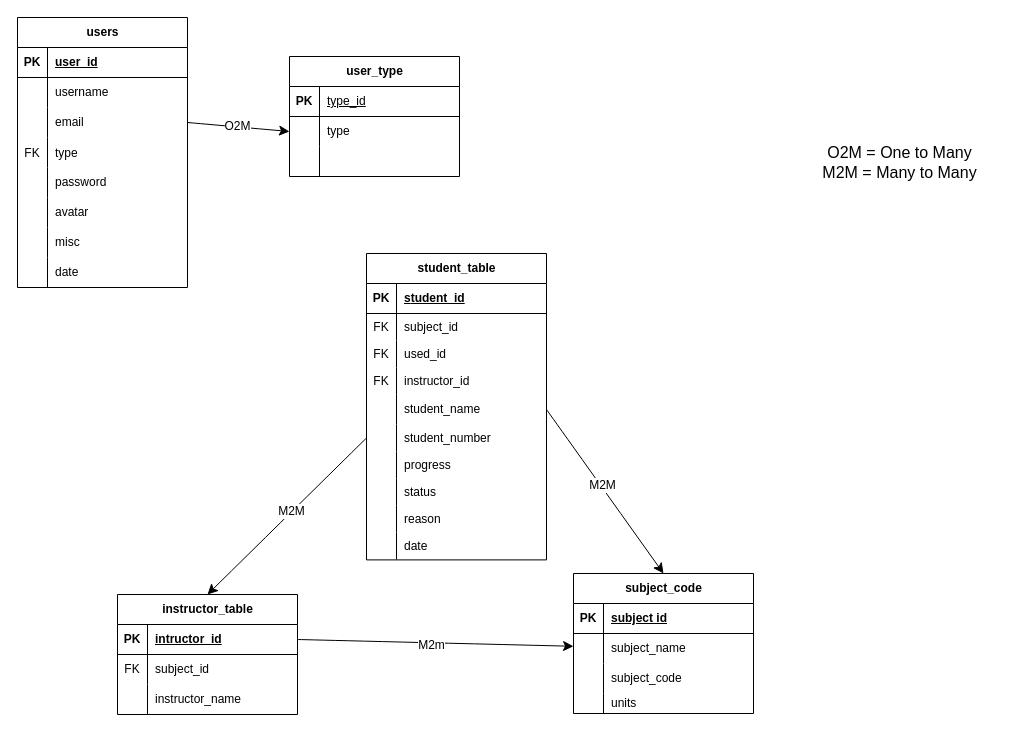
The draw.io diagram page "Page-2" (2 of 2) of misc/UBEERD.drawio in ItsAtomTech/UBE-Web-System, before the edit. Source tidied: cells renumbered, new cells numbered last; positions are measured from the earlier drawing's top-left corner, leaving out a move shared by most shapes. Both pictures are drawn from the tidied source at 100%, with x=0, y=0 at pixel (17, 17).
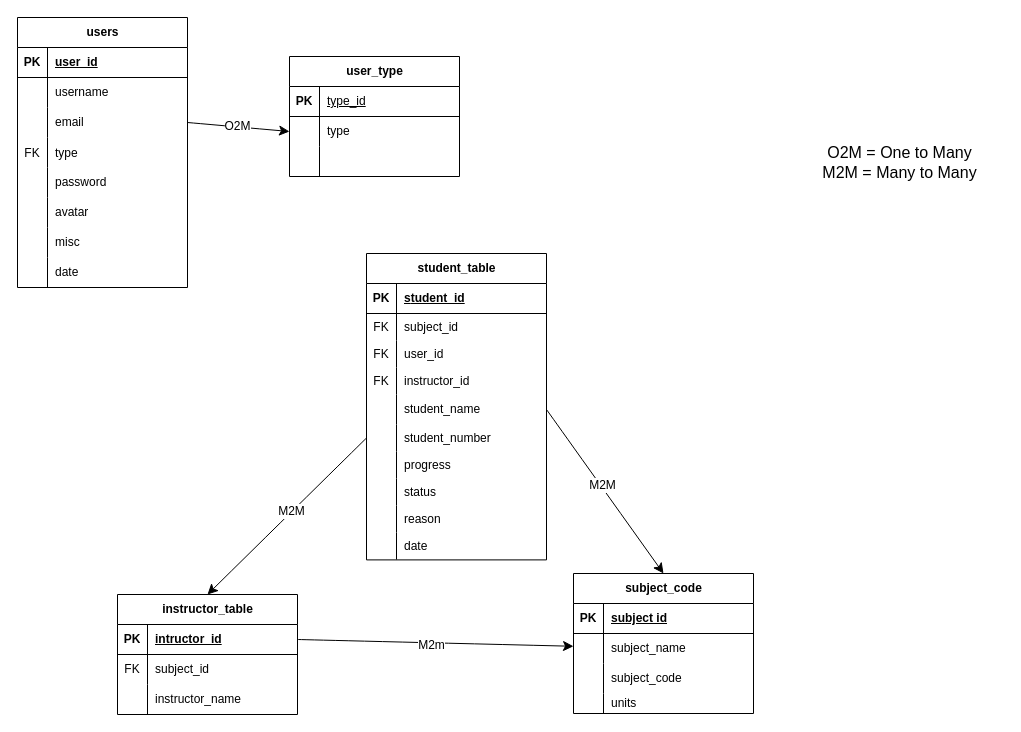
Above is the later version.

The change refers to these unchanged cells:
```xml
<mxCell id="32" style="shape=tableRow;horizontal=0;startSize=0;swimlaneHead=0;swimlaneBody=0;fillColor=none;top=0;left=0;right=0;bottom=0;" parent="25" vertex="1">
  <mxGeometry y="87" width="180" height="27" as="geometry" />
</mxCell>
```

What changed in the source:
```diff
@@
-    <mxCell id="34" value="used_id" style="shape=partialRectangle;fillColor=none;top=0;left=0;bottom=0;right=0;align=left;spacingLeft=6;overflow=hidden;whiteSpace=wrap;html=1;" parent="32" vertex="1">
+    <mxCell id="34" value="user_id" style="shape=partialRectangle;fillColor=none;top=0;left=0;bottom=0;right=0;align=left;spacingLeft=6;overflow=hidden;whiteSpace=wrap;html=1;" parent="32" vertex="1">
       <mxGeometry x="30" width="150" height="27" as="geometry" />
     </mxCell>
```
